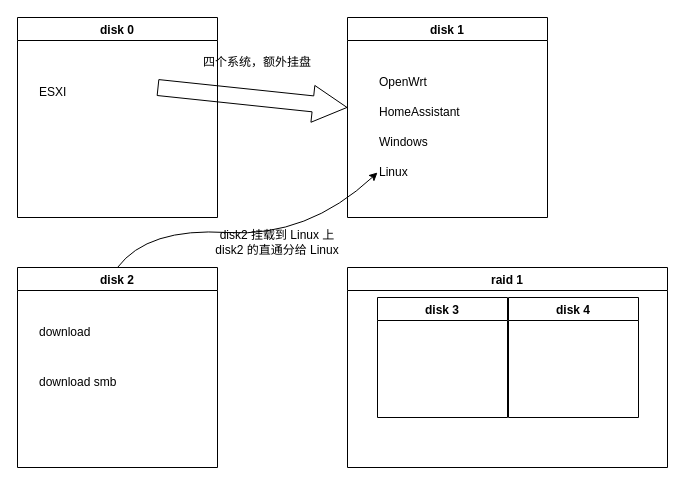
Earlier version of the draw.io diagram My_server.drawio (ten-ltw/diagrams). Source tidied: cells renumbered, new cells numbered last; positions are measured from the earlier drawing's top-left corner, leaving out a move shared by most shapes. Both pictures are drawn from the tidied source at 100%, with x=0, y=0 at pixel (17, 17).
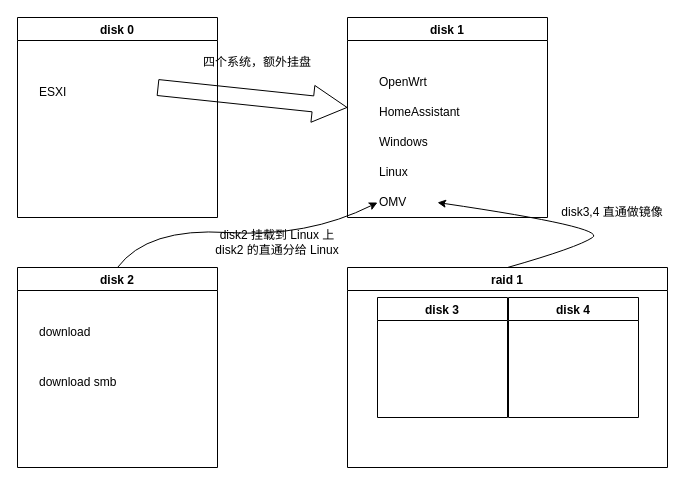
The same diagram, later.

The change refers to these unchanged cells:
```xml
<mxCell id="4" value="disk 1" style="swimlane;" parent="1" vertex="1">
  <mxGeometry x="330" width="200" height="200" as="geometry" />
</mxCell>
<mxCell id="8" value="Linux" style="text;html=1;strokeColor=none;fillColor=none;align=left;verticalAlign=middle;whiteSpace=wrap;rounded=0;" parent="4" vertex="1">
  <mxGeometry x="30" y="140" width="60" height="30" as="geometry" />
</mxCell>
<mxCell id="9" value="disk 2" style="swimlane;" parent="1" vertex="1">
  <mxGeometry y="250" width="200" height="200" as="geometry" />
</mxCell>
<mxCell id="15" value="raid 1" style="swimlane;" parent="12" vertex="1">
  <mxGeometry width="320" height="200" as="geometry" />
</mxCell>
```

Diff of the diagram source:
```diff
@@
+    <mxCell id="20" value="OMV" style="text;html=1;strokeColor=none;fillColor=none;align=left;verticalAlign=middle;whiteSpace=wrap;rounded=0;" parent="4" vertex="1">
+      <mxGeometry x="30" y="170" width="60" height="30" as="geometry" />
+    </mxCell>
@@
-    <mxCell id="16" style="curved=1;endArrow=classic;html=1;rounded=0;exitX=0.5;exitY=0;exitDx=0;exitDy=0;entryX=0;entryY=0.5;entryDx=0;entryDy=0;" parent="1" edge="1" source="9" target="8">
+    <mxCell id="16" style="curved=1;endArrow=classic;html=1;rounded=0;exitX=0.5;exitY=0;exitDx=0;exitDy=0;entryX=0;entryY=0.5;entryDx=0;entryDy=0;" parent="1" edge="1" source="9" target="20">
       <mxGeometry relative="1" as="geometry">
         <Array as="points">
           <mxPoint x="130" y="210" />
           <mxPoint x="290" y="220" />
         </Array>
       </mxGeometry>
     </mxCell>
@@
+    <mxCell id="21" style="curved=1;endArrow=classic;html=1;rounded=0;exitX=0.5;exitY=0;exitDx=0;exitDy=0;entryX=1;entryY=0.5;entryDx=0;entryDy=0;" parent="1" edge="1" source="15" target="20">
+      <mxGeometry relative="1" as="geometry">
+        <Array as="points">
+          <mxPoint x="560" y="230" />
+          <mxPoint x="590" y="210" />
+        </Array>
+      </mxGeometry>
+    </mxCell>
+    <mxCell id="22" value="disk3,4 直通做镜像" style="text;html=1;strokeColor=none;fillColor=none;align=center;verticalAlign=middle;whiteSpace=wrap;rounded=0;" parent="1" vertex="1">
+      <mxGeometry x="530" y="180" width="130" height="30" as="geometry" />
+    </mxCell>
```
